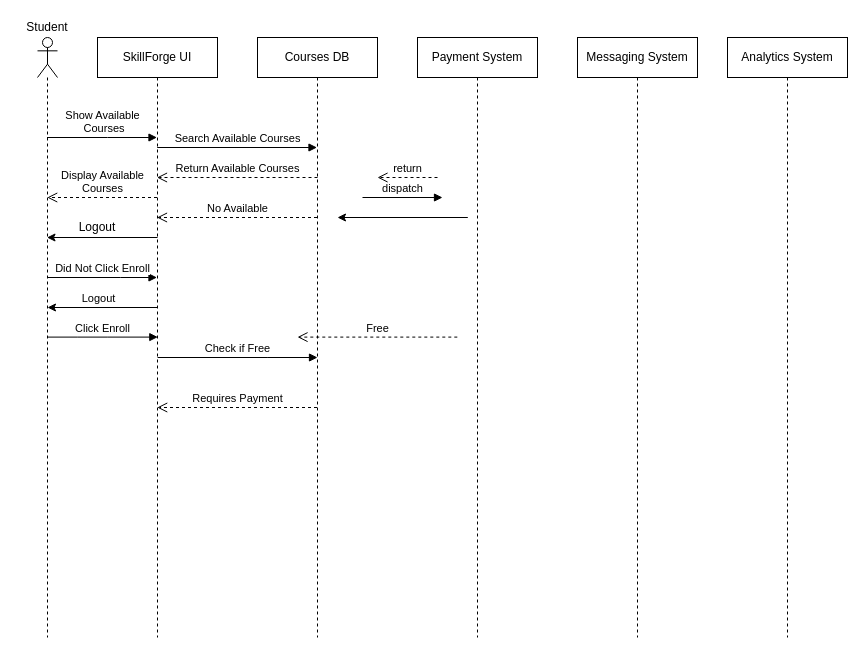
This is SequenceDiagram.drawio from RodinaMohamed04/Lab6, a draw.io file, before an edit. Source tidied: cells renumbered, new cells numbered last; positions are measured from the earlier drawing's top-left corner, leaving out a move shared by most shapes. Both pictures are drawn from the tidied source at 100%, with x=0, y=0 at pixel (17, 17).
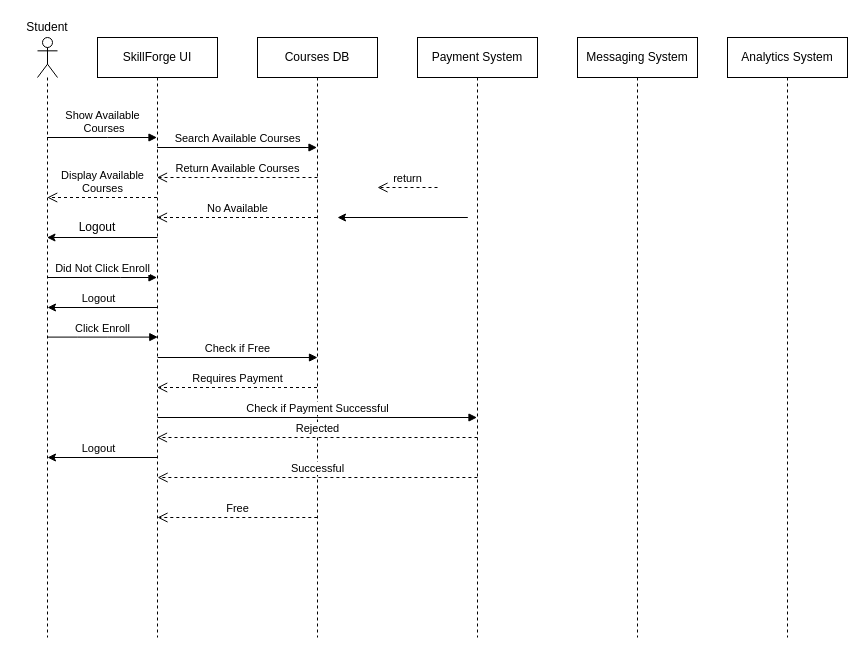
Above is the later version.

The change refers to these unchanged cells:
```xml
<mxCell id="2" value="SkillForge UI" style="shape=umlLifeline;perimeter=lifelinePerimeter;whiteSpace=wrap;html=1;outlineConnect=0;portConstraint=eastwest;newEdgeStyle={&quot;curved&quot;:0,&quot;rounded&quot;:0};" parent="1" vertex="1">
  <mxGeometry x="80" y="20" width="120" height="600" as="geometry" />
</mxCell>
<mxCell id="5" value="Payment System" style="shape=umlLifeline;perimeter=lifelinePerimeter;whiteSpace=wrap;html=1;outlineConnect=0;portConstraint=eastwest;newEdgeStyle={&quot;curved&quot;:0,&quot;rounded&quot;:0};" parent="1" vertex="1">
  <mxGeometry x="400" y="20" width="120" height="600" as="geometry" />
</mxCell>
```

The edit, as a diff of the source:
```diff
@@
-    <mxCell id="9" value="dispatch" style="html=1;verticalAlign=bottom;endArrow=block;curved=0;rounded=0;" parent="1" edge="1">
+    <mxCell id="9" value="Check if Payment Successful" style="html=1;verticalAlign=bottom;endArrow=block;curved=0;rounded=0;" parent="1" edge="1" target="5">
       <mxGeometry relative="1" as="geometry">
-        <mxPoint x="345" y="180" as="sourcePoint" />
-        <mxPoint x="425" y="180" as="targetPoint" />
+        <mxPoint x="140" y="400" as="sourcePoint" />
       </mxGeometry>
     </mxCell>
@@
     <mxCell id="20" value="return" style="html=1;verticalAlign=bottom;endArrow=open;dashed=1;endSize=8;curved=0;rounded=0;" parent="1" edge="1">
       <mxGeometry relative="1" as="geometry">
-        <mxPoint x="420" y="160" as="sourcePoint" />
-        <mxPoint x="360" y="160" as="targetPoint" />
+        <mxPoint x="420" y="170" as="sourcePoint" />
+        <mxPoint x="360" y="170" as="targetPoint" />
       </mxGeometry>
     </mxCell>
@@
     <mxCell id="24" value="Requires Payment" style="html=1;verticalAlign=bottom;endArrow=open;dashed=1;endSize=8;curved=0;rounded=0;" parent="1" edge="1">
       <mxGeometry relative="1" as="geometry">
-        <mxPoint x="299.5" y="390" as="sourcePoint" />
-        <mxPoint x="139.7" y="390" as="targetPoint" />
+        <mxPoint x="299.5" y="370" as="sourcePoint" />
+        <mxPoint x="139.7" y="370" as="targetPoint" />
       </mxGeometry>
     </mxCell>
     <mxCell id="25" value="Free" style="html=1;verticalAlign=bottom;endArrow=open;dashed=1;endSize=8;curved=0;rounded=0;" parent="1" edge="1">
       <mxGeometry relative="1" as="geometry">
-        <mxPoint x="439.8" y="319.6" as="sourcePoint" />
-        <mxPoint x="280" y="319.6" as="targetPoint" />
+        <mxPoint x="299.8" y="500" as="sourcePoint" />
+        <mxPoint x="140" y="500" as="targetPoint" />
       </mxGeometry>
     </mxCell>
+    <mxCell id="26" value="Successful" style="html=1;verticalAlign=bottom;endArrow=open;dashed=1;endSize=8;curved=0;rounded=0;" parent="1" edge="1">
+      <mxGeometry relative="1" as="geometry">
+        <mxPoint x="459.9" y="460" as="sourcePoint" />
+        <mxPoint x="140.1" y="460" as="targetPoint" />
+      </mxGeometry>
+    </mxCell>
+    <mxCell id="27" value="Rejected" style="html=1;verticalAlign=bottom;endArrow=open;dashed=1;endSize=8;curved=0;rounded=0;" parent="1" edge="1" target="2">
+      <mxGeometry relative="1" as="geometry">
+        <mxPoint x="460" y="420" as="sourcePoint" />
+      </mxGeometry>
+    </mxCell>
+    <mxCell id="28" style="endArrow=classic;html=1;rounded=0;" parent="1" edge="1">
+      <mxGeometry relative="1" as="geometry">
+        <mxPoint x="140" y="440" as="sourcePoint" />
+        <mxPoint x="30" y="440" as="targetPoint" />
+      </mxGeometry>
+    </mxCell>
+    <mxCell id="29" value="Logout" style="edgeLabel;html=1;align=center;verticalAlign=middle;" parent="28" vertex="1">
+      <mxGeometry x="0.47" relative="1" as="geometry">
+        <mxPoint x="21" y="-10" as="offset" />
+      </mxGeometry>
+    </mxCell>
```
